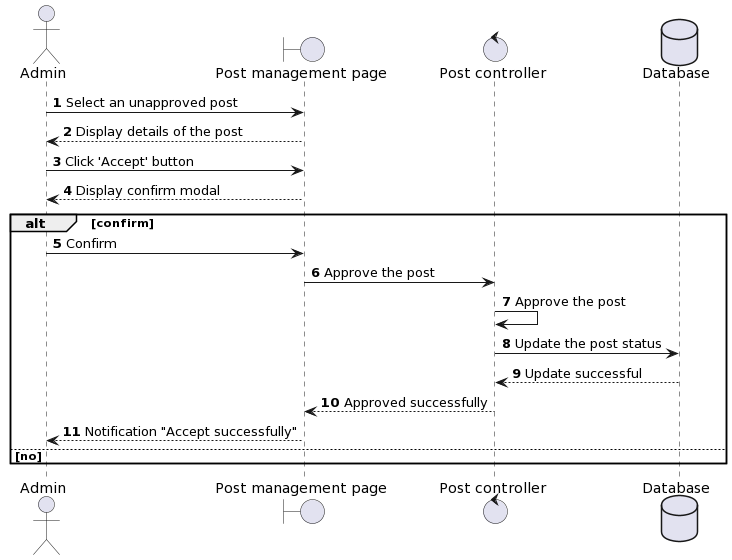
Earlier version of the PlantUML export Lab 1.2/img/sequence/approve-post.png (doublek2712/SE357-Pratice-class).
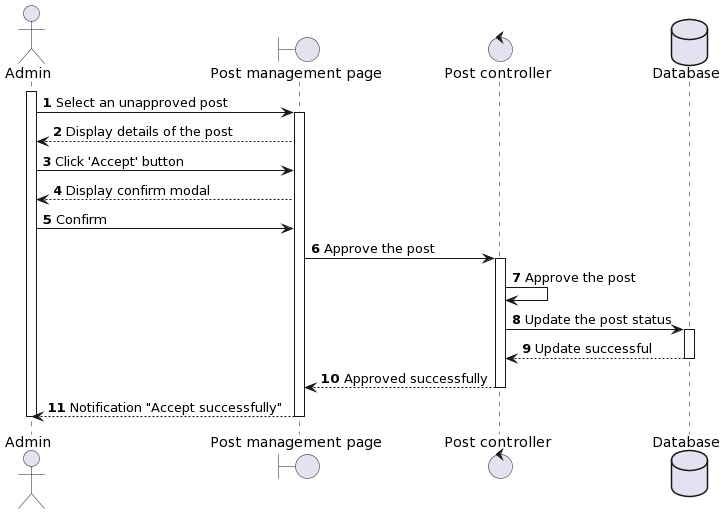
The same file after the commit.

Commit message:
add activate for approve-post seq

Change to the diagram source:
```diff
@@ -5,19 +5,18 @@
 control "Post controller" as Controller
 database "Database" as DB
 
-Admin -> Page : Select an unapproved post
+Admin++
+Admin -> Page++ : Select an unapproved post
 Page --> Admin : Display details of the post
 Admin -> Page : Click 'Accept' button
 Page --> Admin : Display confirm modal
 
-alt confirm
 Admin -> Page : Confirm
-Page -> Controller : Approve the post
+Page -> Controller ++: Approve the post
 Controller -> Controller: Approve the post
-Controller -> DB: Update the post status
-DB --> Controller: Update successful
-Controller --> Page: Approved successfully
-Page --> Admin : Notification "Accept successfully"
-else no
-end
+Controller -> DB++: Update the post status
+DB --> Controller--: Update successful
+Controller --> Page--: Approved successfully
+Page --> Admin-- : Notification "Accept successfully"
+Admin--
 @enduml
```
